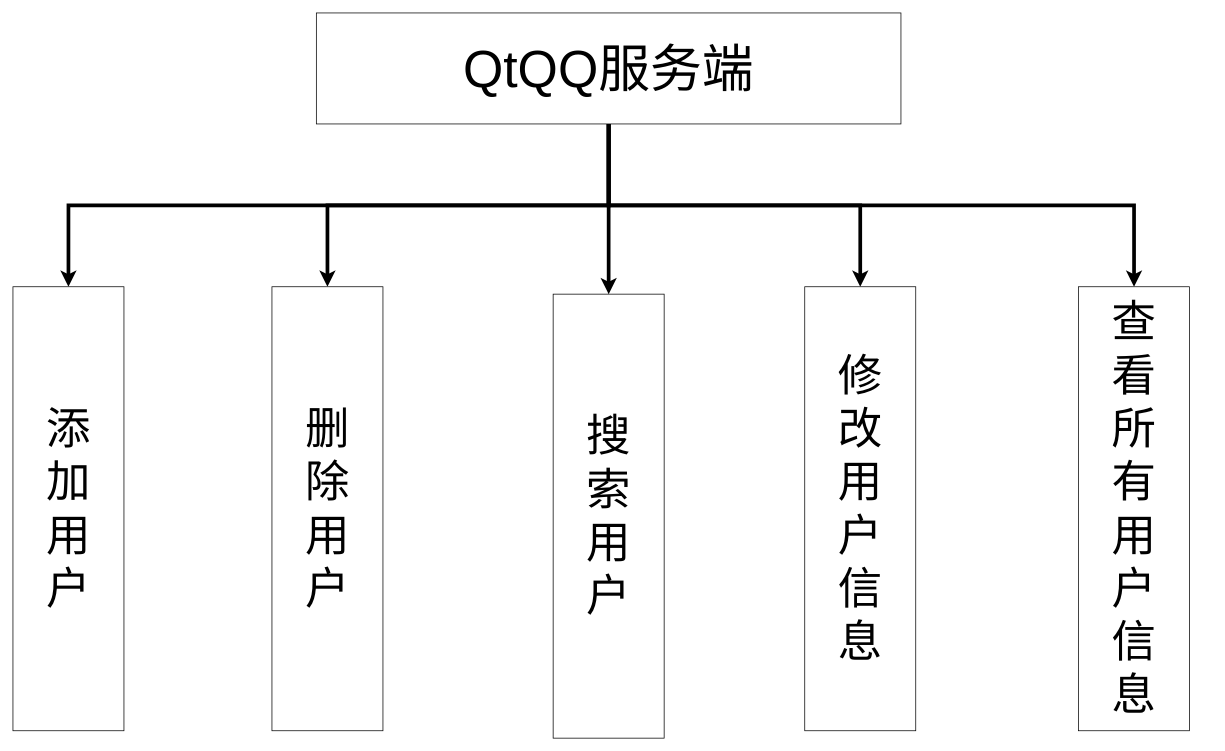
Earlier version of the draw.io diagram chart/服务端功能结构图.drawio (YangGuiTong/QtQQ). Source tidied: cells renumbered, new cells numbered last; positions are measured from the earlier drawing's top-left corner, leaving out a move shared by most shapes. Both pictures are drawn from the tidied source at 74%, with x=0, y=0 at pixel (13, 13).
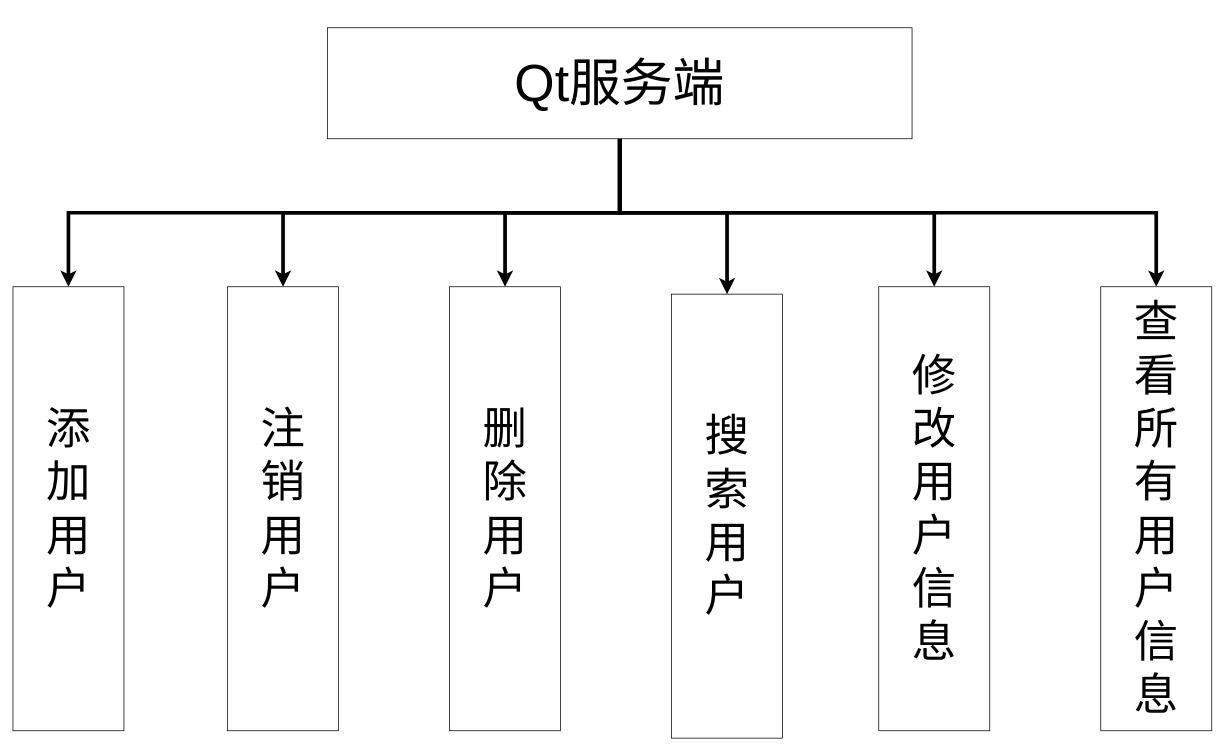
After the change.

Commit message:
更新服务端功能结构图.drawio

Change to the diagram source:
```diff
@@
 <mxGraphModel>
   <root>
     <mxCell id="0" />
     <mxCell id="1" parent="0" />
     <mxCell id="2" style="edgeStyle=orthogonalEdgeStyle;rounded=0;jettySize=auto;html=1;exitX=0.5;exitY=1;exitDx=0;exitDy=0;entryX=0.5;entryY=0;entryDx=0;entryDy=0;strokeWidth=5;" parent="1" edge="1" source="7" target="8">
       <mxGeometry relative="1" as="geometry" />
     </mxCell>
     <mxCell id="3" style="edgeStyle=orthogonalEdgeStyle;rounded=0;jettySize=auto;html=1;exitX=0.5;exitY=1;exitDx=0;exitDy=0;entryX=0.5;entryY=0;entryDx=0;entryDy=0;strokeWidth=5;" parent="1" edge="1" source="7" target="9">
       <mxGeometry relative="1" as="geometry" />
     </mxCell>
     <mxCell id="4" style="edgeStyle=orthogonalEdgeStyle;rounded=0;jettySize=auto;html=1;exitX=0.5;exitY=1;exitDx=0;exitDy=0;strokeWidth=5;" parent="1" edge="1" source="7" target="10">
       <mxGeometry relative="1" as="geometry" />
     </mxCell>
     <mxCell id="5" style="edgeStyle=orthogonalEdgeStyle;rounded=0;jettySize=auto;html=1;exitX=0.5;exitY=1;exitDx=0;exitDy=0;strokeWidth=5;" parent="1" edge="1" source="7" target="11">
       <mxGeometry relative="1" as="geometry" />
     </mxCell>
     <mxCell id="6" style="edgeStyle=orthogonalEdgeStyle;rounded=0;jettySize=auto;html=1;exitX=0.5;exitY=1;exitDx=0;exitDy=0;strokeWidth=5;" parent="1" edge="1" source="7" target="12">
-      <mxGeometry relative="1" as="geometry" />
+      <mxGeometry relative="1" as="geometry">
+        <Array as="points">
+          <mxPoint x="820" y="270" />
+          <mxPoint x="965" y="270" />
+        </Array>
+      </mxGeometry>
     </mxCell>
+    <mxCell id="13" style="edgeStyle=orthogonalEdgeStyle;rounded=0;jettySize=auto;html=1;exitX=0.5;exitY=1;exitDx=0;exitDy=0;strokeWidth=5;" parent="1" edge="1" source="7" target="14">
+      <mxGeometry relative="1" as="geometry" />
+    </mxCell>
-    <mxCell id="7" value="&lt;font style=&quot;font-size: 70px;&quot;&gt;QtQQ服务端&lt;/font&gt;" style="rounded=0;whiteSpace=wrap;html=1;" parent="1" vertex="1">
-      <mxGeometry x="410" width="790" height="150" as="geometry" />
+    <mxCell id="7" value="&lt;font style=&quot;font-size: 70px;&quot;&gt;Qt服务端&lt;/font&gt;" style="rounded=0;whiteSpace=wrap;html=1;" parent="1" vertex="1">
+      <mxGeometry x="425" y="20" width="790" height="150" as="geometry" />
     </mxCell>
     <mxCell id="8" value="&lt;font style=&quot;font-size: 60px;&quot;&gt;添&lt;/font&gt;&lt;div&gt;&lt;font style=&quot;font-size: 60px;&quot;&gt;加&lt;/font&gt;&lt;/div&gt;&lt;div&gt;&lt;font style=&quot;font-size: 60px;&quot;&gt;用&lt;/font&gt;&lt;/div&gt;&lt;div&gt;&lt;font style=&quot;font-size: 60px;&quot;&gt;户&lt;/font&gt;&lt;/div&gt;" style="rounded=0;whiteSpace=wrap;html=1;" parent="1" vertex="1">
       <mxGeometry y="370" width="150" height="600" as="geometry" />
     </mxCell>
     <mxCell id="9" value="&lt;span style=&quot;font-size: 60px;&quot;&gt;删&lt;/span&gt;&lt;div&gt;&lt;span style=&quot;font-size: 60px;&quot;&gt;除&lt;/span&gt;&lt;br&gt;&lt;div&gt;&lt;font style=&quot;font-size: 60px;&quot;&gt;用&lt;/font&gt;&lt;/div&gt;&lt;div&gt;&lt;font style=&quot;font-size: 60px;&quot;&gt;户&lt;/font&gt;&lt;/div&gt;&lt;/div&gt;" style="rounded=0;whiteSpace=wrap;html=1;" parent="1" vertex="1">
-      <mxGeometry x="350" y="370" width="150" height="600" as="geometry" />
+      <mxGeometry x="590" y="370" width="150" height="600" as="geometry" />
     </mxCell>
     <mxCell id="10" value="&lt;span style=&quot;font-size: 60px;&quot;&gt;修&lt;/span&gt;&lt;div&gt;&lt;span style=&quot;font-size: 60px;&quot;&gt;改&lt;/span&gt;&lt;/div&gt;&lt;div&gt;&lt;span style=&quot;font-size: 60px;&quot;&gt;用&lt;/span&gt;&lt;/div&gt;&lt;div&gt;&lt;span style=&quot;font-size: 60px;&quot;&gt;户&lt;/span&gt;&lt;/div&gt;&lt;div&gt;&lt;span style=&quot;font-size: 60px;&quot;&gt;信&lt;/span&gt;&lt;/div&gt;&lt;div&gt;&lt;span style=&quot;font-size: 60px;&quot;&gt;息&lt;/span&gt;&lt;/div&gt;" style="rounded=0;whiteSpace=wrap;html=1;" parent="1" vertex="1">
-      <mxGeometry x="1070" y="370" width="150" height="600" as="geometry" />
+      <mxGeometry x="1170" y="370" width="150" height="600" as="geometry" />
     </mxCell>
     <mxCell id="11" value="&lt;span style=&quot;font-size: 60px;&quot;&gt;查&lt;/span&gt;&lt;div&gt;&lt;span style=&quot;font-size: 60px;&quot;&gt;看&lt;/span&gt;&lt;/div&gt;&lt;div&gt;&lt;span style=&quot;font-size: 60px;&quot;&gt;所&lt;/span&gt;&lt;/div&gt;&lt;div&gt;&lt;span style=&quot;font-size: 60px;&quot;&gt;有&lt;/span&gt;&lt;/div&gt;&lt;div&gt;&lt;span style=&quot;font-size: 60px;&quot;&gt;用&lt;/span&gt;&lt;/div&gt;&lt;div&gt;&lt;span style=&quot;font-size: 60px;&quot;&gt;户&lt;/span&gt;&lt;/div&gt;&lt;div&gt;&lt;span style=&quot;font-size: 60px;&quot;&gt;信&lt;/span&gt;&lt;/div&gt;&lt;div&gt;&lt;span style=&quot;font-size: 60px;&quot;&gt;息&lt;/span&gt;&lt;/div&gt;" style="rounded=0;whiteSpace=wrap;html=1;" parent="1" vertex="1">
-      <mxGeometry x="1440" y="370" width="150" height="600" as="geometry" />
+      <mxGeometry x="1470" y="370" width="150" height="600" as="geometry" />
     </mxCell>
     <mxCell id="12" value="&lt;span style=&quot;font-size: 60px;&quot;&gt;搜&lt;/span&gt;&lt;div&gt;&lt;span style=&quot;font-size: 60px;&quot;&gt;索&lt;/span&gt;&lt;/div&gt;&lt;div&gt;&lt;span style=&quot;font-size: 60px;&quot;&gt;用&lt;/span&gt;&lt;/div&gt;&lt;div&gt;&lt;span style=&quot;font-size: 60px;&quot;&gt;户&lt;/span&gt;&lt;/div&gt;" style="rounded=0;whiteSpace=wrap;html=1;" parent="1" vertex="1">
-      <mxGeometry x="730" y="380" width="150" height="600" as="geometry" />
+      <mxGeometry x="890" y="380" width="150" height="600" as="geometry" />
     </mxCell>
+    <mxCell id="14" value="&lt;span style=&quot;background-color: initial; font-size: 60px;&quot;&gt;注&lt;br&gt;销&lt;br&gt;用&lt;/span&gt;&lt;div&gt;&lt;div&gt;&lt;font style=&quot;font-size: 60px;&quot;&gt;户&lt;/font&gt;&lt;/div&gt;&lt;/div&gt;" style="rounded=0;whiteSpace=wrap;html=1;" parent="1" vertex="1">
+      <mxGeometry x="290" y="370" width="150" height="600" as="geometry" />
+    </mxCell>
   </root>
 </mxGraphModel>
```
